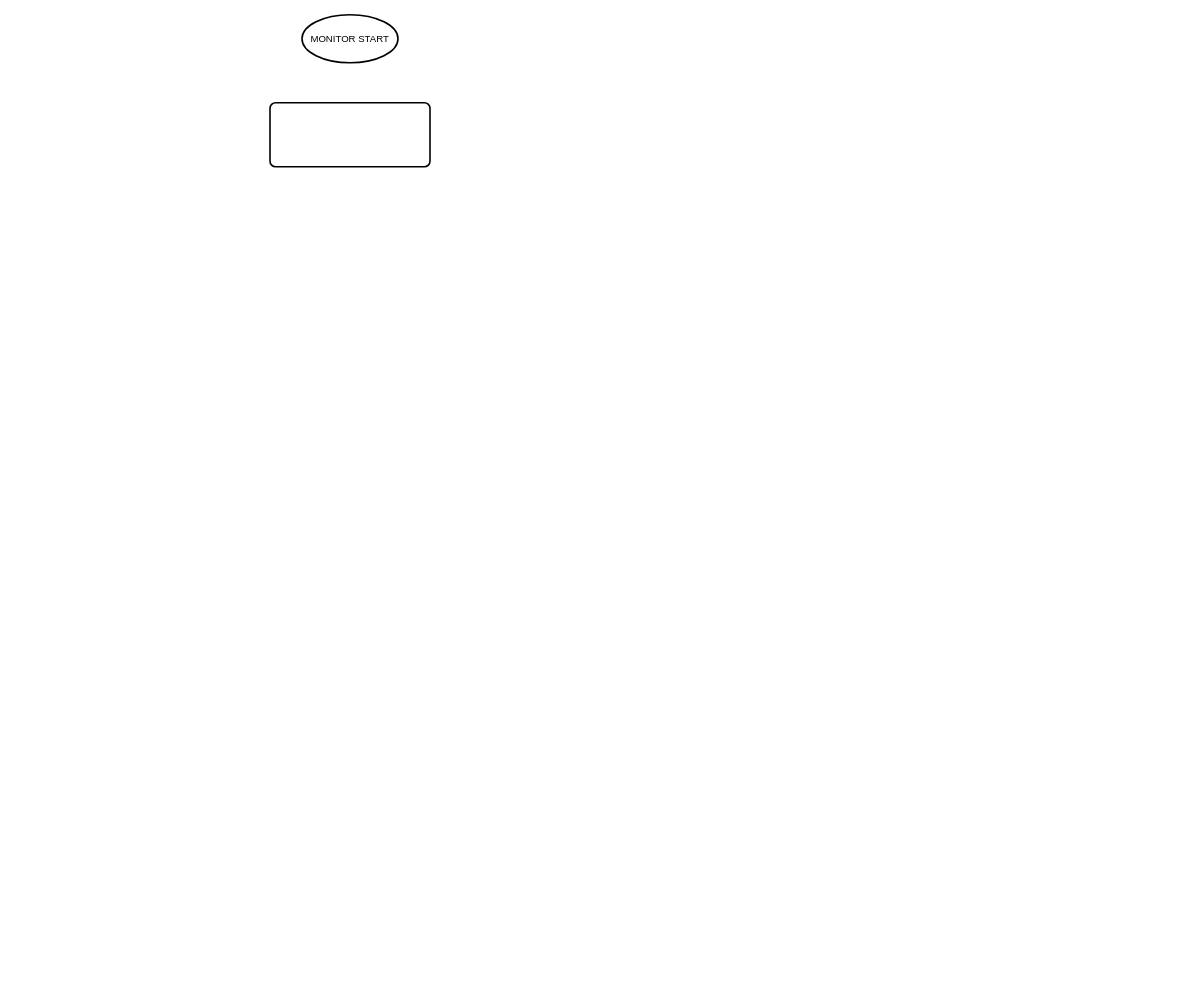
Before: resource monitor.drawio in wehyy/my-world, a draw.io diagram. Source tidied: cells renumbered, new cells numbered last; positions are measured from the earlier drawing's top-left corner, leaving out a move shared by most shapes. Both pictures are drawn from the tidied source at 80%, with x=0, y=0 at pixel (270, 14).
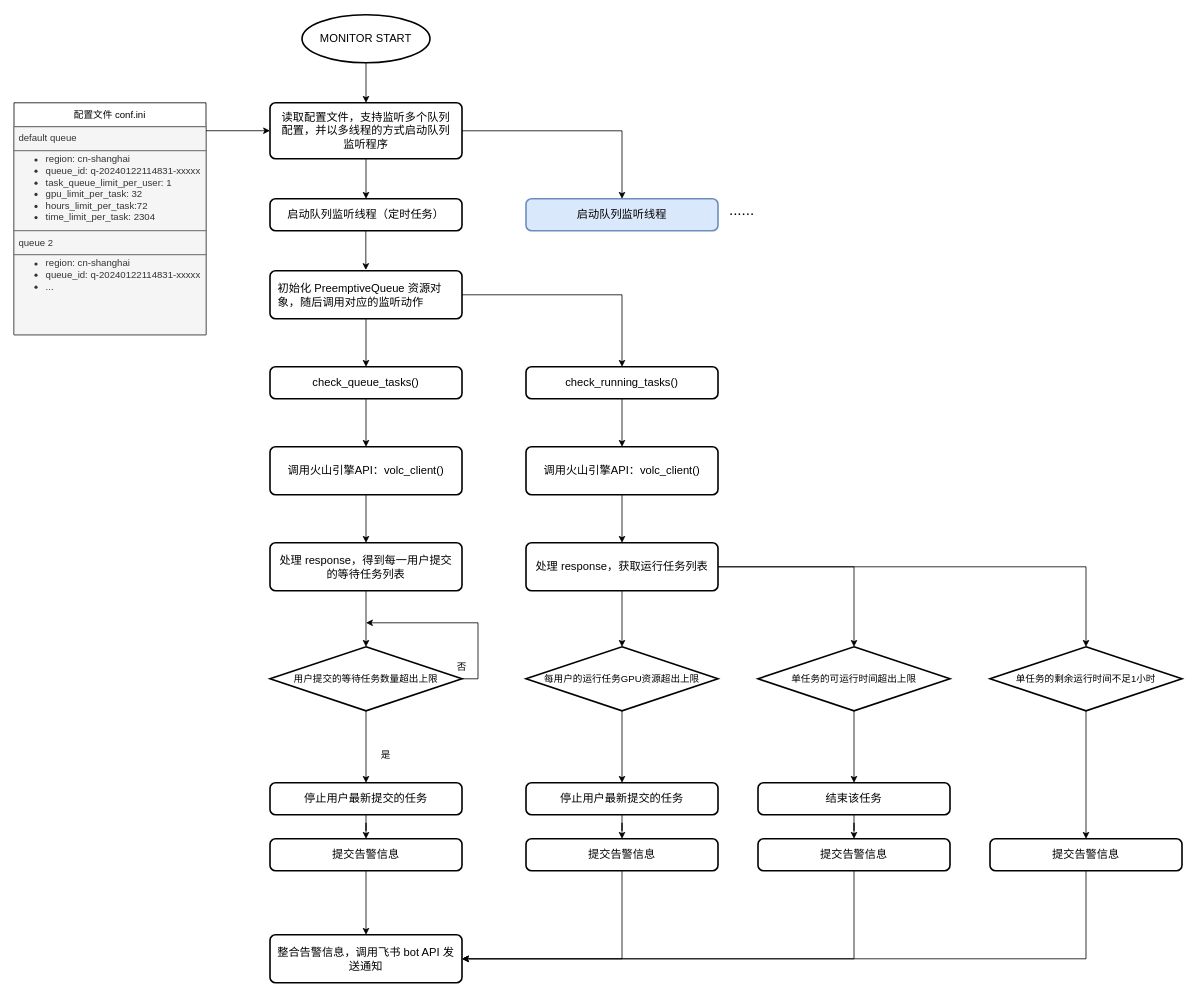
The same diagram, later.

What changed in the source:
```diff
@@
+    <mxCell id="4" style="edgeStyle=orthogonalEdgeStyle;rounded=0;jettySize=auto;html=1;" parent="1" edge="1" source="2" target="3">
+      <mxGeometry relative="1" as="geometry" />
+    </mxCell>
-    <mxCell id="2" value="MONITOR START" style="strokeWidth=2;html=1;shape=mxgraph.flowchart.start_1;whiteSpace=wrap;" parent="1" vertex="1">
-      <mxGeometry x="40" width="120" height="60" as="geometry" />
+    <mxCell id="2" value="MONITOR START" style="strokeWidth=2;html=1;shape=mxgraph.flowchart.start_1;whiteSpace=wrap;fontSize=14;" parent="1" vertex="1">
+      <mxGeometry x="40" width="160" height="60" as="geometry" />
     </mxCell>
+    <mxCell id="5" style="edgeStyle=orthogonalEdgeStyle;rounded=0;jettySize=auto;html=1;" parent="1" edge="1" source="3" target="13">
+      <mxGeometry relative="1" as="geometry" />
+    </mxCell>
+    <mxCell id="6" style="edgeStyle=orthogonalEdgeStyle;rounded=0;jettySize=auto;html=1;" parent="1" edge="1" source="3" target="12">
+      <mxGeometry relative="1" as="geometry" />
+    </mxCell>
-    <mxCell id="3" style="rounded=1;whiteSpace=wrap;html=1;absoluteArcSize=1;arcSize=14;strokeWidth=2;" parent="1" vertex="1">
-      <mxGeometry y="110" width="200" height="80" as="geometry" />
+    <mxCell id="3" value="读取配置文件，支持监听多个队列配置，并以多线程的方式启动队列监听程序" style="rounded=1;whiteSpace=wrap;html=1;absoluteArcSize=1;arcSize=14;strokeWidth=2;spacingLeft=8;spacingRight=8;align=center;fontSize=14;" parent="1" vertex="1">
+      <mxGeometry y="110" width="240" height="70" as="geometry" />
     </mxCell>
+    <mxCell id="7" value="配置文件 conf.ini" style="swimlane;fontStyle=0;horizontal=1;startSize=30;whiteSpace=wrap;html=1;" parent="1" vertex="1">
+      <mxGeometry x="-320" y="110" width="240" height="290" as="geometry" />
+    </mxCell>
+    <mxCell id="8" value="&lt;span style=&quot;background-color: initial;&quot;&gt;default queue&lt;/span&gt;" style="text;strokeColor=#666666;fillColor=#f5f5f5;align=left;verticalAlign=top;spacingLeft=4;spacingRight=4;overflow=hidden;whiteSpace=wrap;html=1;fontColor=#333333;" parent="7" vertex="1">
+      <mxGeometry y="30" width="240" height="30" as="geometry" />
+    </mxCell>
+    <mxCell id="9" value="&lt;ul&gt;&lt;li&gt;region: cn-shanghai&lt;/li&gt;&lt;li&gt;queue_id: q-20240122114831-xxxxx&lt;/li&gt;&lt;li&gt;task_queue_limit_per_user: 1&lt;/li&gt;&lt;li&gt;gpu_limit_per_task: 32&lt;/li&gt;&lt;li&gt;hours_limit_per_task:72&lt;/li&gt;&lt;li&gt;time_limit_per_task: 2304&lt;/li&gt;&lt;/ul&gt;" style="text;strokeColor=#666666;fillColor=#f5f5f5;html=1;whiteSpace=wrap;verticalAlign=top;overflow=hidden;spacing=0;spacingTop=-13;fontColor=#333333;" parent="7" vertex="1">
+      <mxGeometry y="60" width="240" height="100" as="geometry" />
+    </mxCell>
+    <mxCell id="10" value="queue 2" style="text;strokeColor=#666666;fillColor=#f5f5f5;align=left;verticalAlign=middle;spacingLeft=4;spacingRight=4;overflow=hidden;whiteSpace=wrap;html=1;fontColor=#333333;" parent="7" vertex="1">
+      <mxGeometry y="160" width="240" height="30" as="geometry" />
+    </mxCell>
+    <mxCell id="11" value="&lt;ul&gt;&lt;li&gt;region: cn-shanghai&lt;/li&gt;&lt;li&gt;queue_id: q-20240122114831-xxxxx&lt;/li&gt;&lt;li&gt;...&lt;/li&gt;&lt;/ul&gt;" style="text;strokeColor=#666666;fillColor=#f5f5f5;html=1;whiteSpace=wrap;verticalAlign=top;overflow=hidden;spacing=0;spacingTop=-13;fontColor=#333333;" parent="7" vertex="1">
+      <mxGeometry y="190" width="240" height="100" as="geometry" />
+    </mxCell>
+    <mxCell id="12" value="启动队列监听线程（定时任务）" style="rounded=1;whiteSpace=wrap;html=1;absoluteArcSize=1;arcSize=14;strokeWidth=2;spacingLeft=8;spacingRight=8;align=center;fontSize=14;" parent="1" vertex="1">
+      <mxGeometry y="230" width="240" height="40" as="geometry" />
+    </mxCell>
+    <mxCell id="13" value="启动队列监听线程" style="rounded=1;whiteSpace=wrap;html=1;absoluteArcSize=1;arcSize=14;strokeWidth=2;spacingLeft=8;spacingRight=8;align=center;fontSize=14;fillColor=#dae8fc;strokeColor=#6c8ebf;" parent="1" vertex="1">
+      <mxGeometry x="320" y="230" width="240" height="40" as="geometry" />
+    </mxCell>
+    <mxCell id="14" value="&lt;font style=&quot;font-size: 19px;&quot;&gt;......&lt;/font&gt;" style="text;strokeColor=none;align=center;fillColor=none;html=1;verticalAlign=middle;whiteSpace=wrap;rounded=0;" parent="1" vertex="1">
+      <mxGeometry x="560" y="230" width="60" height="30" as="geometry" />
+    </mxCell>
+    <mxCell id="15" style="edgeStyle=orthogonalEdgeStyle;rounded=0;jettySize=auto;html=1;" parent="1" edge="1" source="17" target="20">
+      <mxGeometry relative="1" as="geometry" />
+    </mxCell>
+    <mxCell id="16" style="edgeStyle=orthogonalEdgeStyle;rounded=0;jettySize=auto;html=1;" parent="1" edge="1" source="17" target="22">
+      <mxGeometry relative="1" as="geometry" />
+    </mxCell>
+    <mxCell id="17" value="初始化 PreemptiveQueue 资源对象，随后调用对应的监听动作" style="rounded=1;whiteSpace=wrap;html=1;absoluteArcSize=1;arcSize=14;strokeWidth=2;spacingLeft=8;spacingRight=8;align=left;fontSize=14;" parent="1" vertex="1">
+      <mxGeometry y="320" width="240" height="60" as="geometry" />
+    </mxCell>
+    <mxCell id="18" style="edgeStyle=orthogonalEdgeStyle;rounded=0;orthogonalLoop=1;jettySize=auto;html=1;entryX=0.601;entryY=-0.029;entryDx=0;entryDy=0;entryPerimeter=0;" parent="1" edge="1">
+      <mxGeometry relative="1" as="geometry">
+        <mxPoint x="119.8" y="270" as="sourcePoint" />
+        <mxPoint x="119.8" y="319" as="targetPoint" />
+      </mxGeometry>
+    </mxCell>
+    <mxCell id="19" style="edgeStyle=orthogonalEdgeStyle;rounded=0;jettySize=auto;html=1;" parent="1" edge="1" source="20" target="24">
+      <mxGeometry relative="1" as="geometry" />
+    </mxCell>
+    <mxCell id="20" value="check_queue_tasks()" style="rounded=1;whiteSpace=wrap;html=1;absoluteArcSize=1;arcSize=14;strokeWidth=2;spacingLeft=8;spacingRight=8;align=center;fontSize=14;" parent="1" vertex="1">
+      <mxGeometry y="440" width="240" height="40" as="geometry" />
+    </mxCell>
+    <mxCell id="21" style="edgeStyle=orthogonalEdgeStyle;rounded=0;jettySize=auto;html=1;" parent="1" edge="1" source="22" target="35">
+      <mxGeometry relative="1" as="geometry" />
+    </mxCell>
+    <mxCell id="22" value="check_running_tasks()" style="rounded=1;whiteSpace=wrap;html=1;absoluteArcSize=1;arcSize=14;strokeWidth=2;spacingLeft=8;spacingRight=8;align=center;fontSize=14;" parent="1" vertex="1">
+      <mxGeometry x="320" y="440" width="240" height="40" as="geometry" />
+    </mxCell>
+    <mxCell id="23" style="edgeStyle=orthogonalEdgeStyle;rounded=0;jettySize=auto;html=1;" parent="1" edge="1" source="24" target="26">
+      <mxGeometry relative="1" as="geometry" />
+    </mxCell>
+    <mxCell id="24" value="调用火山引擎API：volc_client()" style="rounded=1;whiteSpace=wrap;html=1;absoluteArcSize=1;arcSize=14;strokeWidth=2;spacingLeft=8;spacingRight=8;align=center;fontSize=14;" parent="1" vertex="1">
+      <mxGeometry y="540" width="240" height="60" as="geometry" />
+    </mxCell>
+    <mxCell id="25" style="edgeStyle=orthogonalEdgeStyle;rounded=0;jettySize=auto;html=1;" parent="1" edge="1" source="26" target="29">
+      <mxGeometry relative="1" as="geometry" />
+    </mxCell>
+    <mxCell id="26" value="处理 response，得到每一用户提交的等待任务列表" style="rounded=1;whiteSpace=wrap;html=1;absoluteArcSize=1;arcSize=14;strokeWidth=2;spacingLeft=8;spacingRight=8;align=center;fontSize=14;" parent="1" vertex="1">
+      <mxGeometry y="660" width="240" height="60" as="geometry" />
+    </mxCell>
+    <mxCell id="27" style="edgeStyle=orthogonalEdgeStyle;rounded=0;jettySize=auto;html=1;" parent="1" edge="1" source="29" target="31">
+      <mxGeometry relative="1" as="geometry" />
+    </mxCell>
+    <mxCell id="28" style="edgeStyle=orthogonalEdgeStyle;rounded=0;jettySize=auto;html=1;" parent="1" edge="1" source="29">
+      <mxGeometry relative="1" as="geometry">
+        <mxPoint x="120" y="760" as="targetPoint" />
+        <Array as="points">
+          <mxPoint x="260" y="830" />
+          <mxPoint x="260" y="760" />
+          <mxPoint x="240" y="760" />
+        </Array>
+      </mxGeometry>
+    </mxCell>
+    <mxCell id="29" value="用户提交的等待任务数量超出上限" style="strokeWidth=2;html=1;shape=mxgraph.flowchart.decision;whiteSpace=wrap;" parent="1" vertex="1">
+      <mxGeometry y="790" width="240" height="80" as="geometry" />
+    </mxCell>
+    <mxCell id="30" style="edgeStyle=orthogonalEdgeStyle;rounded=0;jettySize=auto;html=1;" parent="1" edge="1" source="31" target="48">
+      <mxGeometry relative="1" as="geometry" />
+    </mxCell>
+    <mxCell id="31" value="停止用户最新提交的任务" style="rounded=1;whiteSpace=wrap;html=1;absoluteArcSize=1;arcSize=14;strokeWidth=2;spacingLeft=8;spacingRight=8;align=center;fontSize=14;" parent="1" vertex="1">
+      <mxGeometry y="960" width="240" height="40" as="geometry" />
+    </mxCell>
+    <mxCell id="32" value="是" style="text;strokeColor=none;align=center;fillColor=none;html=1;verticalAlign=middle;whiteSpace=wrap;rounded=0;" parent="1" vertex="1">
+      <mxGeometry x="115" y="910" width="60" height="30" as="geometry" />
+    </mxCell>
+    <mxCell id="33" style="edgeStyle=none;orthogonalLoop=1;jettySize=auto;html=1;rounded=0;" parent="1" edge="1">
+      <mxGeometry relative="1" as="geometry">
+        <mxPoint x="-80" y="144.9" as="sourcePoint" />
+        <mxPoint y="144.9" as="targetPoint" />
+      </mxGeometry>
+    </mxCell>
+    <mxCell id="34" style="edgeStyle=orthogonalEdgeStyle;rounded=0;jettySize=auto;html=1;" parent="1" edge="1" source="35" target="39">
+      <mxGeometry relative="1" as="geometry" />
+    </mxCell>
+    <mxCell id="35" value="调用火山引擎API：volc_client()" style="rounded=1;whiteSpace=wrap;html=1;absoluteArcSize=1;arcSize=14;strokeWidth=2;spacingLeft=8;spacingRight=8;align=center;fontSize=14;" parent="1" vertex="1">
+      <mxGeometry x="320" y="540" width="240" height="60" as="geometry" />
+    </mxCell>
+    <mxCell id="36" style="edgeStyle=orthogonalEdgeStyle;rounded=0;jettySize=auto;html=1;" parent="1" edge="1" source="39" target="42">
+      <mxGeometry relative="1" as="geometry" />
+    </mxCell>
+    <mxCell id="37" style="edgeStyle=orthogonalEdgeStyle;rounded=0;jettySize=auto;html=1;" parent="1" edge="1" source="39" target="44">
+      <mxGeometry relative="1" as="geometry" />
+    </mxCell>
+    <mxCell id="38" style="edgeStyle=orthogonalEdgeStyle;rounded=0;jettySize=auto;html=1;" parent="1" edge="1" source="39" target="46">
+      <mxGeometry relative="1" as="geometry" />
+    </mxCell>
+    <mxCell id="39" value="处理 response，获取运行任务列表" style="rounded=1;whiteSpace=wrap;html=1;absoluteArcSize=1;arcSize=14;strokeWidth=2;spacingLeft=8;spacingRight=8;align=center;fontSize=14;" parent="1" vertex="1">
+      <mxGeometry x="320" y="660" width="240" height="60" as="geometry" />
+    </mxCell>
+    <mxCell id="40" value="否" style="text;strokeColor=none;align=center;fillColor=none;html=1;verticalAlign=middle;whiteSpace=wrap;rounded=0;" parent="1" vertex="1">
+      <mxGeometry x="210" y="800" width="60" height="30" as="geometry" />
+    </mxCell>
+    <mxCell id="41" style="edgeStyle=orthogonalEdgeStyle;rounded=0;jettySize=auto;html=1;" parent="1" edge="1" source="42" target="50">
+      <mxGeometry relative="1" as="geometry" />
+    </mxCell>
+    <mxCell id="42" value="每用户的运行任务GPU资源超出上限" style="strokeWidth=2;html=1;shape=mxgraph.flowchart.decision;whiteSpace=wrap;" parent="1" vertex="1">
+      <mxGeometry x="320" y="790" width="240" height="80" as="geometry" />
+    </mxCell>
+    <mxCell id="43" style="edgeStyle=orthogonalEdgeStyle;rounded=0;jettySize=auto;html=1;" parent="1" edge="1" source="44" target="52">
+      <mxGeometry relative="1" as="geometry" />
+    </mxCell>
+    <mxCell id="44" value="单任务的可运行时间超出上限" style="strokeWidth=2;html=1;shape=mxgraph.flowchart.decision;whiteSpace=wrap;" parent="1" vertex="1">
+      <mxGeometry x="610" y="790" width="240" height="80" as="geometry" />
+    </mxCell>
+    <mxCell id="45" style="edgeStyle=orthogonalEdgeStyle;rounded=0;jettySize=auto;html=1;" parent="1" edge="1" source="46" target="58">
+      <mxGeometry relative="1" as="geometry" />
+    </mxCell>
+    <mxCell id="46" value="单任务的剩余运行时间不足1小时" style="strokeWidth=2;html=1;shape=mxgraph.flowchart.decision;whiteSpace=wrap;" parent="1" vertex="1">
+      <mxGeometry x="900" y="790" width="240" height="80" as="geometry" />
+    </mxCell>
+    <mxCell id="47" style="edgeStyle=orthogonalEdgeStyle;rounded=0;jettySize=auto;html=1;" parent="1" edge="1" source="48" target="59">
+      <mxGeometry relative="1" as="geometry" />
+    </mxCell>
+    <mxCell id="48" value="提交告警信息" style="rounded=1;whiteSpace=wrap;html=1;absoluteArcSize=1;arcSize=14;strokeWidth=2;spacingLeft=8;spacingRight=8;align=center;fontSize=14;" parent="1" vertex="1">
+      <mxGeometry y="1030" width="240" height="40" as="geometry" />
+    </mxCell>
+    <mxCell id="49" style="edgeStyle=orthogonalEdgeStyle;rounded=0;jettySize=auto;html=1;" parent="1" edge="1" source="50" target="54">
+      <mxGeometry relative="1" as="geometry" />
+    </mxCell>
+    <mxCell id="50" value="停止用户最新提交的任务" style="rounded=1;whiteSpace=wrap;html=1;absoluteArcSize=1;arcSize=14;strokeWidth=2;spacingLeft=8;spacingRight=8;align=center;fontSize=14;" parent="1" vertex="1">
+      <mxGeometry x="320" y="960" width="240" height="40" as="geometry" />
+    </mxCell>
+    <mxCell id="51" style="edgeStyle=orthogonalEdgeStyle;rounded=0;jettySize=auto;html=1;" parent="1" edge="1" source="52" target="56">
+      <mxGeometry relative="1" as="geometry" />
+    </mxCell>
+    <mxCell id="52" value="结束该任务" style="rounded=1;whiteSpace=wrap;html=1;absoluteArcSize=1;arcSize=14;strokeWidth=2;spacingLeft=8;spacingRight=8;align=center;fontSize=14;" parent="1" vertex="1">
+      <mxGeometry x="610" y="960" width="240" height="40" as="geometry" />
+    </mxCell>
+    <mxCell id="53" style="edgeStyle=orthogonalEdgeStyle;rounded=0;jettySize=auto;html=1;entryX=1;entryY=0.5;entryDx=0;entryDy=0;" parent="1" edge="1" source="54" target="59">
+      <mxGeometry relative="1" as="geometry">
+        <Array as="points">
+          <mxPoint x="440" y="1180" />
+        </Array>
+      </mxGeometry>
+    </mxCell>
+    <mxCell id="54" value="提交告警信息" style="rounded=1;whiteSpace=wrap;html=1;absoluteArcSize=1;arcSize=14;strokeWidth=2;spacingLeft=8;spacingRight=8;align=center;fontSize=14;" parent="1" vertex="1">
+      <mxGeometry x="320" y="1030" width="240" height="40" as="geometry" />
+    </mxCell>
+    <mxCell id="55" style="edgeStyle=orthogonalEdgeStyle;rounded=0;jettySize=auto;html=1;entryX=1;entryY=0.5;entryDx=0;entryDy=0;" parent="1" edge="1" source="56" target="59">
+      <mxGeometry relative="1" as="geometry">
+        <Array as="points">
+          <mxPoint x="730" y="1180" />
+        </Array>
+      </mxGeometry>
+    </mxCell>
+    <mxCell id="56" value="提交告警信息" style="rounded=1;whiteSpace=wrap;html=1;absoluteArcSize=1;arcSize=14;strokeWidth=2;spacingLeft=8;spacingRight=8;align=center;fontSize=14;" parent="1" vertex="1">
+      <mxGeometry x="610" y="1030" width="240" height="40" as="geometry" />
+    </mxCell>
+    <mxCell id="57" style="edgeStyle=orthogonalEdgeStyle;rounded=0;jettySize=auto;html=1;entryX=1;entryY=0.5;entryDx=0;entryDy=0;" parent="1" edge="1" source="58" target="59">
+      <mxGeometry relative="1" as="geometry">
+        <Array as="points">
+          <mxPoint x="1020" y="1180" />
+        </Array>
+      </mxGeometry>
+    </mxCell>
+    <mxCell id="58" value="提交告警信息" style="rounded=1;whiteSpace=wrap;html=1;absoluteArcSize=1;arcSize=14;strokeWidth=2;spacingLeft=8;spacingRight=8;align=center;fontSize=14;" parent="1" vertex="1">
+      <mxGeometry x="900" y="1030" width="240" height="40" as="geometry" />
+    </mxCell>
+    <mxCell id="59" value="整合告警信息，调用飞书 bot API 发送通知" style="rounded=1;whiteSpace=wrap;html=1;absoluteArcSize=1;arcSize=14;strokeWidth=2;spacingLeft=8;spacingRight=8;align=center;fontSize=14;" parent="1" vertex="1">
+      <mxGeometry y="1150" width="240" height="60" as="geometry" />
+    </mxCell>
```
